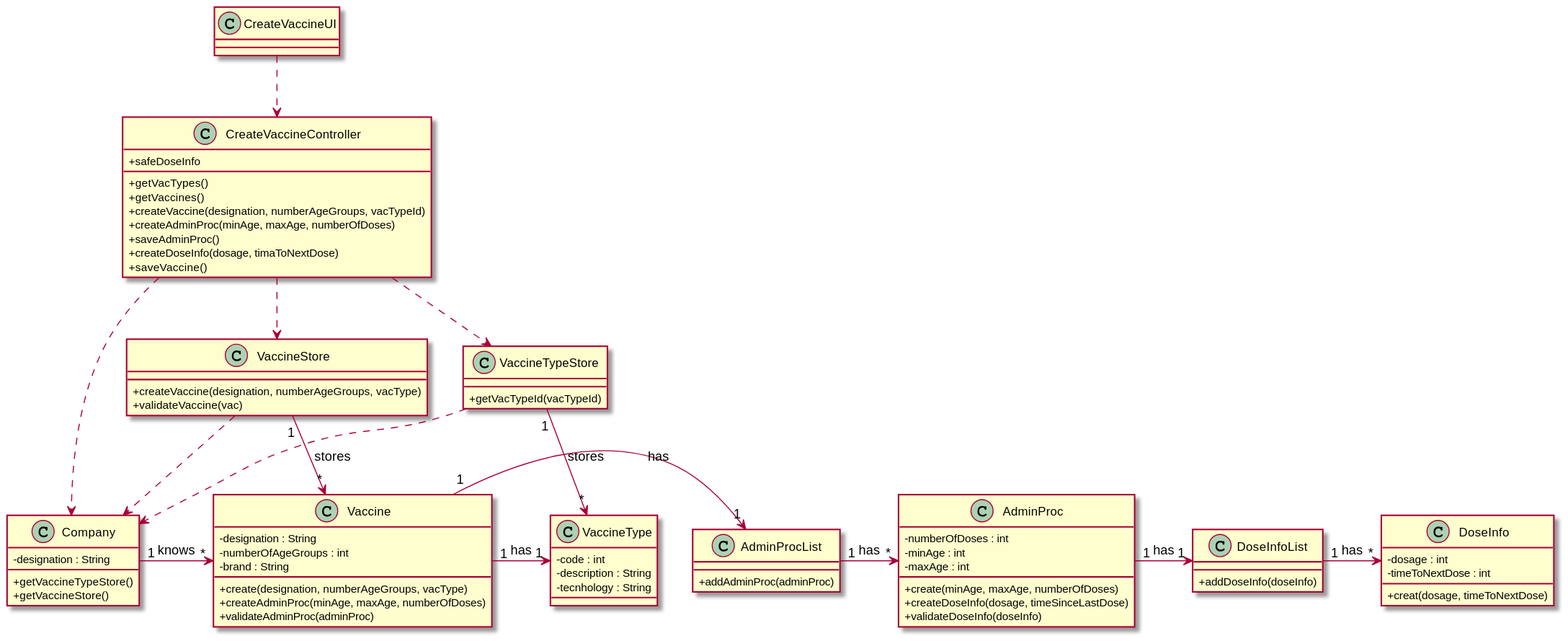
This is docs/SprintB/US13/CD/US13_CD.svg from miseEnPlace-i/lapr2, a PlantUML export, as it was before one commit.
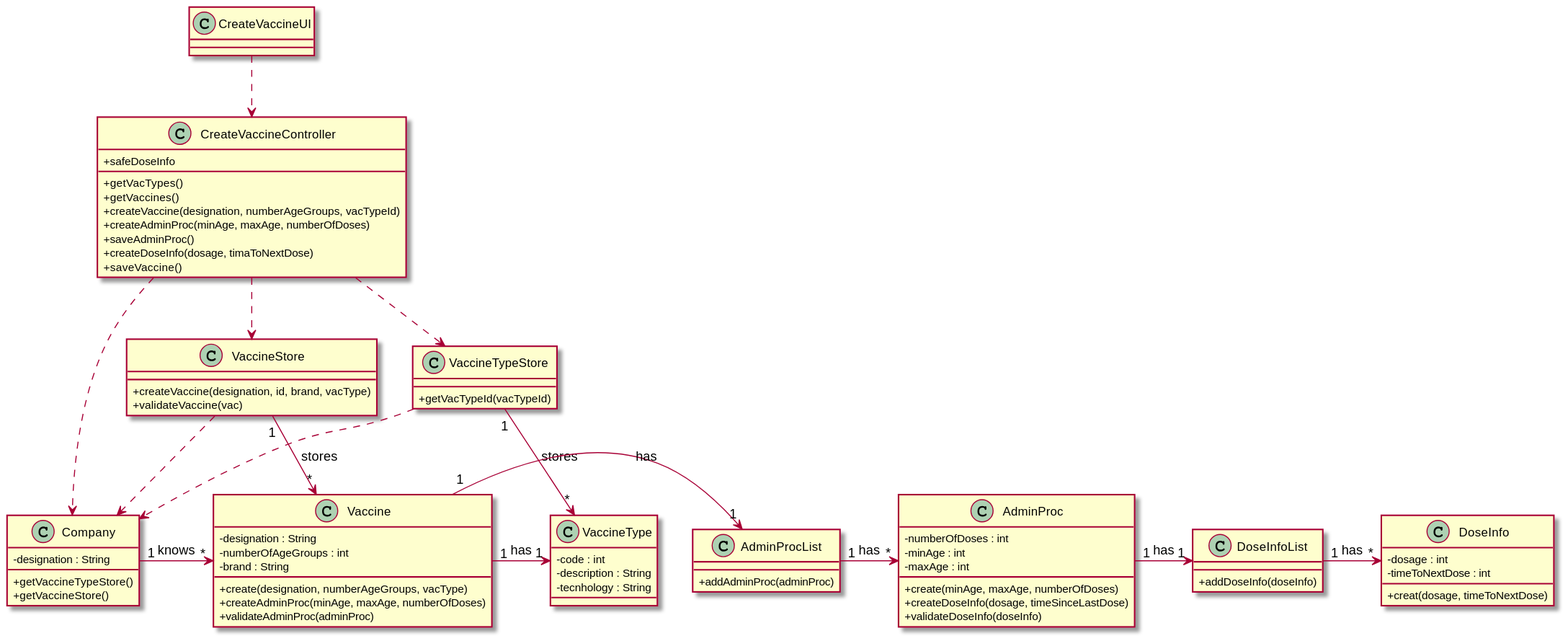
After the commit.

Diff of the diagram source:
```diff
@@ -28,7 +28,7 @@
 }
 
 class VaccineStore{
-    +createVaccine(designation, numberAgeGroups, vacType)
+    +createVaccine(designation, id, brand, vacType)
     +validateVaccine(vac)
 }
 
```
